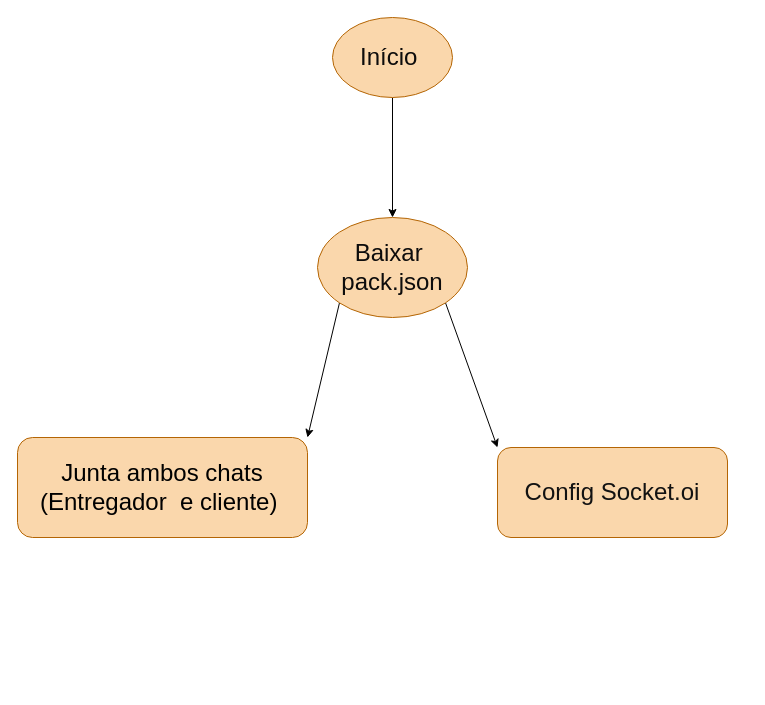
This is chat.drawio from fretus-tcc/fretus, a draw.io file, before an edit. Source tidied: cells renumbered, new cells numbered last; positions are measured from the earlier drawing's top-left corner, leaving out a move shared by most shapes. Both pictures are drawn from the tidied source at 100%, with x=0, y=0 at pixel (17, 17).
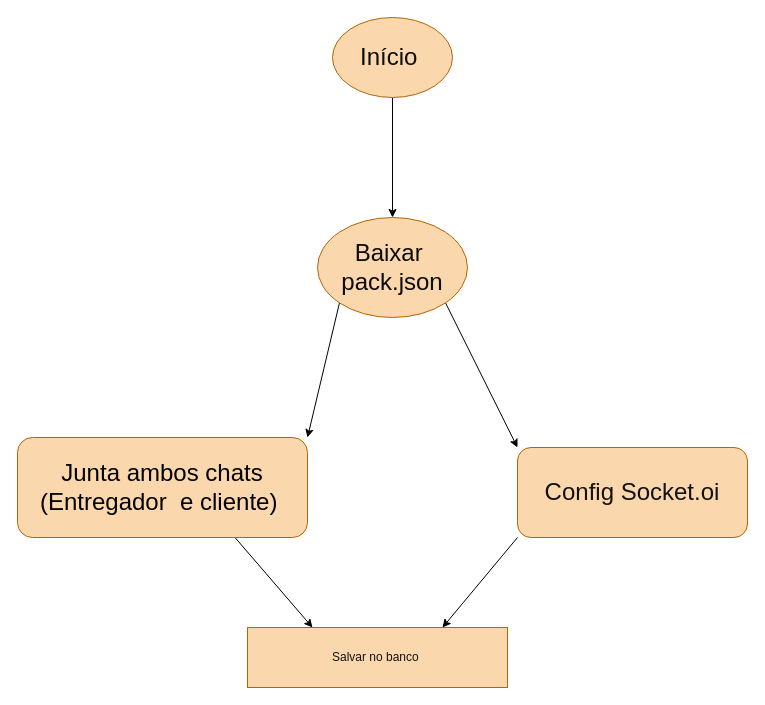
The same diagram, later.

Commit message (it also covers changes not shown here):
continuação chat

Diff of the diagram source:
```diff
@@
 <mxGraphModel>
   <root>
     <mxCell id="0" />
     <mxCell id="1" parent="0" />
     <mxCell id="2" style="edgeStyle=none;html=1;exitX=0;exitY=1;exitDx=0;exitDy=0;entryX=1;entryY=0;entryDx=0;entryDy=0;fontColor=#000000;" parent="1" edge="1" source="4" target="5">
       <mxGeometry relative="1" as="geometry" />
     </mxCell>
     <mxCell id="3" style="edgeStyle=none;html=1;exitX=1;exitY=1;exitDx=0;exitDy=0;entryX=0;entryY=0;entryDx=0;entryDy=0;fontColor=#000000;" parent="1" edge="1" source="4" target="6">
       <mxGeometry relative="1" as="geometry" />
     </mxCell>
     <mxCell id="4" value="&lt;font color=&quot;#0d0c0c&quot;&gt;Baixar&amp;nbsp;&lt;br&gt;pack.json&lt;br&gt;&lt;/font&gt;" style="ellipse;whiteSpace=wrap;html=1;fontSize=24;fillColor=#fad7ac;strokeColor=#b46504;" parent="1" vertex="1">
       <mxGeometry x="300" y="200" width="150" height="100" as="geometry" />
     </mxCell>
+    <mxCell id="9" style="edgeStyle=none;html=1;exitX=0.75;exitY=1;exitDx=0;exitDy=0;entryX=0.25;entryY=0;entryDx=0;entryDy=0;fontColor=#121212;" parent="1" edge="1" source="5" target="11">
+      <mxGeometry relative="1" as="geometry" />
+    </mxCell>
     <mxCell id="5" value="&lt;font color=&quot;#000000&quot;&gt;Junta ambos chats&lt;br&gt;(Entregador&amp;nbsp; e cliente)&amp;nbsp;&lt;/font&gt;" style="rounded=1;whiteSpace=wrap;html=1;fontSize=24;fillColor=#fad7ac;strokeColor=#b46504;" parent="1" vertex="1">
       <mxGeometry y="420" width="290" height="100" as="geometry" />
     </mxCell>
+    <mxCell id="10" style="edgeStyle=none;html=1;exitX=0;exitY=1;exitDx=0;exitDy=0;entryX=0.75;entryY=0;entryDx=0;entryDy=0;fontColor=#121212;" parent="1" edge="1" source="6" target="11">
+      <mxGeometry relative="1" as="geometry" />
+    </mxCell>
     <mxCell id="6" value="&lt;font color=&quot;#121212&quot;&gt;Config Socket.oi&lt;/font&gt;" style="rounded=1;whiteSpace=wrap;html=1;fontSize=24;fillColor=#fad7ac;strokeColor=#b46504;" parent="1" vertex="1">
-      <mxGeometry x="480" y="430" width="230" height="90" as="geometry" />
+      <mxGeometry x="500" y="430" width="230" height="90" as="geometry" />
     </mxCell>
     <mxCell id="7" style="edgeStyle=none;html=1;exitX=0.5;exitY=1;exitDx=0;exitDy=0;entryX=0.5;entryY=0;entryDx=0;entryDy=0;fontColor=#000000;" parent="1" edge="1" source="8" target="4">
       <mxGeometry relative="1" as="geometry" />
     </mxCell>
     <mxCell id="8" value="&lt;font color=&quot;#0d0c0c&quot;&gt;Início&amp;nbsp;&lt;/font&gt;" style="ellipse;whiteSpace=wrap;html=1;fontSize=24;fillColor=#fad7ac;strokeColor=#b46504;" parent="1" vertex="1">
       <mxGeometry x="315" width="120" height="80" as="geometry" />
     </mxCell>
+    <mxCell id="11" value="&lt;font color=&quot;#121212&quot;&gt;Salvar no banco&amp;nbsp;&lt;/font&gt;" style="rounded=0;whiteSpace=wrap;html=1;fillColor=#fad7ac;strokeColor=#b46504;" parent="1" vertex="1">
+      <mxGeometry x="230" y="610" width="260" height="60" as="geometry" />
+    </mxCell>
   </root>
 </mxGraphModel>
```
